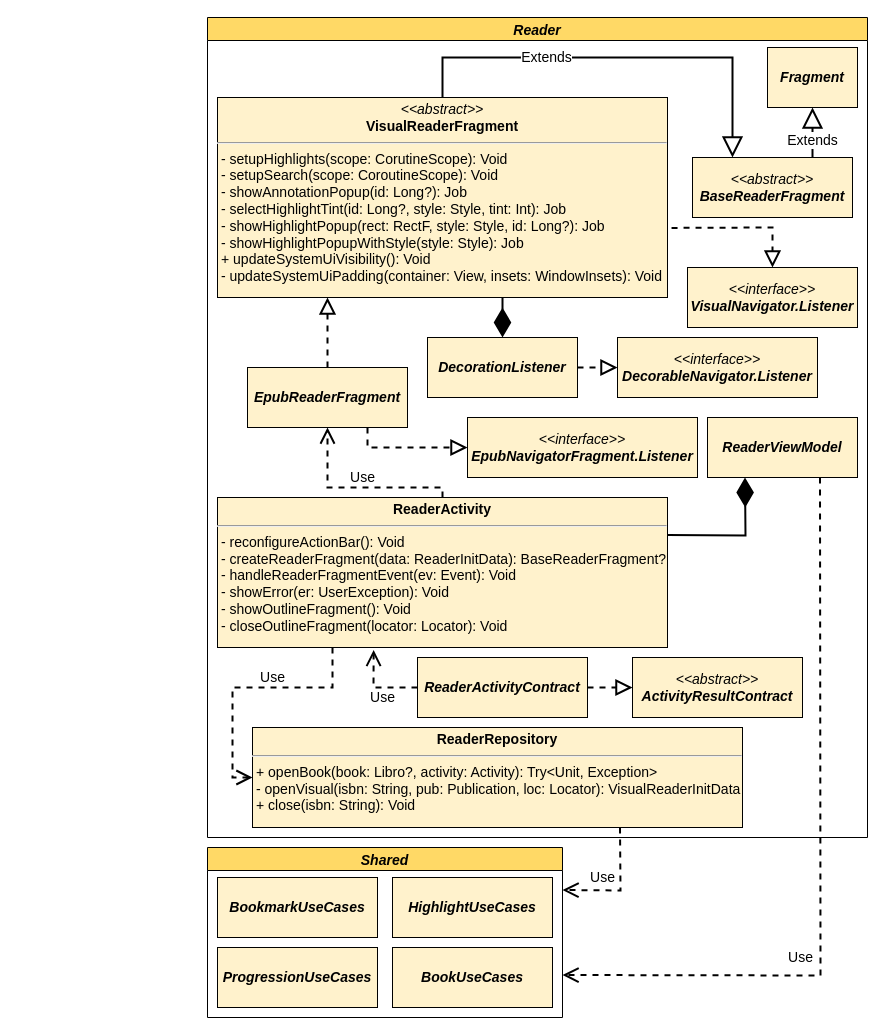
Above: page "Page-16" (12 of 19) of tesi-2.drawio in paganellif/tesi-paganelli (draw.io), before the change. Source tidied: cells renumbered, new cells numbered last; positions are measured from the earlier drawing's top-left corner, leaving out a move shared by most shapes. Both pictures are drawn from the tidied source at 100%, with x=0, y=0 at pixel (207, 17).
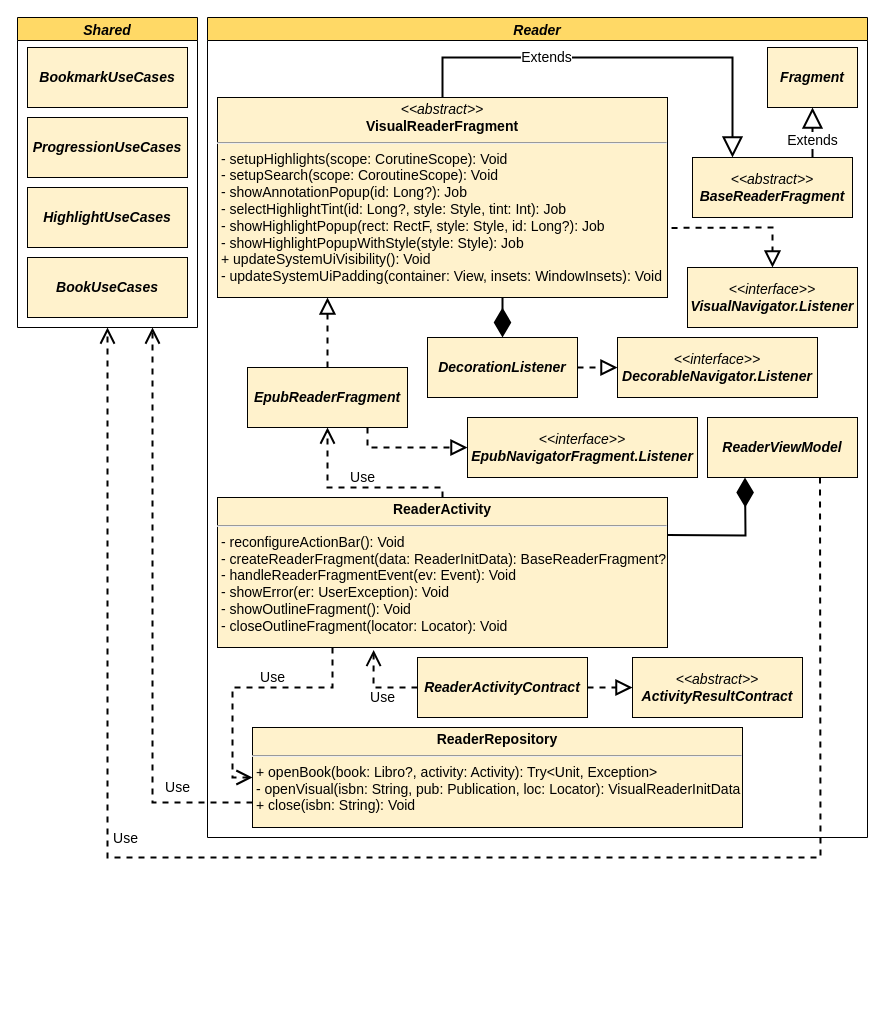
Above is the later version.

Unchanged cells that the change refers to:
```xml
<mxCell id="17" value="&lt;span style=&quot;font-size: 14px;&quot;&gt;&lt;span style=&quot;font-size: 14px;&quot;&gt;&lt;b style=&quot;font-style: italic;&quot;&gt;ReaderViewModel&lt;/b&gt;&lt;/span&gt;&lt;/span&gt;" style="rounded=0;whiteSpace=wrap;html=1;fontSize=14;strokeColor=#000000;fillColor=#FFF2CC;" parent="1" vertex="1">
  <mxGeometry x="500" y="400" width="150" height="60" as="geometry" />
</mxCell>
<mxCell id="27" value="&lt;p style=&quot;margin: 4px 0px 0px; text-align: center; font-size: 14px;&quot;&gt;&lt;b style=&quot;font-size: 14px;&quot;&gt;ReaderRepository&lt;/b&gt;&lt;/p&gt;&lt;hr style=&quot;font-size: 14px;&quot;&gt;&lt;p style=&quot;margin: 0px 0px 0px 4px; font-size: 14px;&quot;&gt;+ openBook(book: Libro?, activity: Activity): Try&amp;lt;Unit, Exception&amp;gt;&lt;/p&gt;&lt;p style=&quot;margin: 0px 0px 0px 4px; font-size: 14px;&quot;&gt;- openVisual(isbn: String, pub: Publication, loc: Locator): VisualReaderInitData&lt;/p&gt;&lt;p style=&quot;margin: 0px 0px 0px 4px; font-size: 14px;&quot;&gt;+ close(isbn: String): Void&lt;/p&gt;&lt;p style=&quot;margin: 0px 0px 0px 4px; font-size: 14px;&quot;&gt;&lt;br&gt;&lt;/p&gt;" style="verticalAlign=top;align=left;overflow=fill;fontSize=14;fontFamily=Helvetica;html=1;fillColor=#FFF2CC;strokeWidth=1;" parent="23" vertex="1">
  <mxGeometry x="45" y="710" width="490" height="100" as="geometry" />
</mxCell>
```

The edit, as a diff of the source:
```diff
@@
     <mxCell id="28" value="Shared" style="swimlane;fillColor=#FFD966;fontSize=14;fontStyle=3;" parent="1" vertex="1">
-      <mxGeometry y="830" width="355" height="170" as="geometry" />
+      <mxGeometry x="-190" width="180" height="310" as="geometry" />
     </mxCell>
@@
-    <mxCell id="30" value="&lt;span style=&quot;font-size: 14px;&quot;&gt;&lt;span style=&quot;font-size: 14px;&quot;&gt;&lt;b style=&quot;font-style: italic;&quot;&gt;HighlightUseCases&lt;/b&gt;&lt;/span&gt;&lt;/span&gt;" style="rounded=0;whiteSpace=wrap;html=1;fontSize=14;strokeColor=#000000;fillColor=#FFF2CC;" parent="28" vertex="1">
-      <mxGeometry x="185" y="30" width="160" height="60" as="geometry" />
-    </mxCell>
@@
-    <mxCell id="32" value="&lt;span style=&quot;font-size: 14px;&quot;&gt;&lt;span style=&quot;font-size: 14px;&quot;&gt;&lt;b style=&quot;font-style: italic;&quot;&gt;BookUseCases&lt;/b&gt;&lt;/span&gt;&lt;/span&gt;" style="rounded=0;whiteSpace=wrap;html=1;fontSize=14;strokeColor=#000000;fillColor=#FFF2CC;" parent="28" vertex="1">
-      <mxGeometry x="185" y="100" width="160" height="60" as="geometry" />
-    </mxCell>
-    <mxCell id="33" value="Use" style="endArrow=open;endSize=12;dashed=1;html=1;rounded=0;fontSize=14;strokeWidth=2;entryX=1;entryY=0.25;entryDx=0;entryDy=0;exitX=0.75;exitY=1;exitDx=0;exitDy=0;" parent="1" edge="1" source="27" target="28">
-      <mxGeometry x="0.34" y="-13" relative="1" as="geometry">
+    <mxCell id="33" value="Use" style="endArrow=open;endSize=12;dashed=1;html=1;rounded=0;fontSize=14;strokeWidth=2;entryX=0.75;entryY=1;entryDx=0;entryDy=0;exitX=0;exitY=0.75;exitDx=0;exitDy=0;" parent="1" edge="1" source="27" target="28">
+      <mxGeometry x="-0.74" y="-15" relative="1" as="geometry">
         <Array as="points">
-          <mxPoint x="413" y="873" />
+          <mxPoint x="-55" y="785" />
         </Array>
       </mxGeometry>
     </mxCell>
-    <mxCell id="34" value="Use" style="endArrow=open;endSize=12;dashed=1;html=1;rounded=0;fontSize=14;strokeWidth=2;entryX=1;entryY=0.75;entryDx=0;entryDy=0;exitX=0.75;exitY=1;exitDx=0;exitDy=0;" parent="1" edge="1" source="17" target="28">
+    <mxCell id="34" value="Use" style="endArrow=open;endSize=12;dashed=1;html=1;rounded=0;fontSize=14;strokeWidth=2;entryX=0.5;entryY=1;entryDx=0;entryDy=0;exitX=0.75;exitY=1;exitDx=0;exitDy=0;" parent="1" edge="1" source="17" target="28">
       <mxGeometry x="0.37" y="-18" relative="1" as="geometry">
         <Array as="points">
-          <mxPoint x="613" y="958" />
+          <mxPoint x="613" y="840" />
+          <mxPoint x="-100" y="840" />
         </Array>
       </mxGeometry>
     </mxCell>
+    <mxCell id="32" value="&lt;span style=&quot;font-size: 14px;&quot;&gt;&lt;span style=&quot;font-size: 14px;&quot;&gt;&lt;b style=&quot;font-style: italic;&quot;&gt;BookUseCases&lt;/b&gt;&lt;/span&gt;&lt;/span&gt;" style="rounded=0;whiteSpace=wrap;html=1;fontSize=14;strokeColor=#000000;fillColor=#FFF2CC;" parent="1" vertex="1">
+      <mxGeometry x="-180" y="240" width="160" height="60" as="geometry" />
+    </mxCell>
+    <mxCell id="30" value="&lt;span style=&quot;font-size: 14px;&quot;&gt;&lt;span style=&quot;font-size: 14px;&quot;&gt;&lt;b style=&quot;font-style: italic;&quot;&gt;HighlightUseCases&lt;/b&gt;&lt;/span&gt;&lt;/span&gt;" style="rounded=0;whiteSpace=wrap;html=1;fontSize=14;strokeColor=#000000;fillColor=#FFF2CC;" parent="1" vertex="1">
+      <mxGeometry x="-180" y="170" width="160" height="60" as="geometry" />
+    </mxCell>
```
